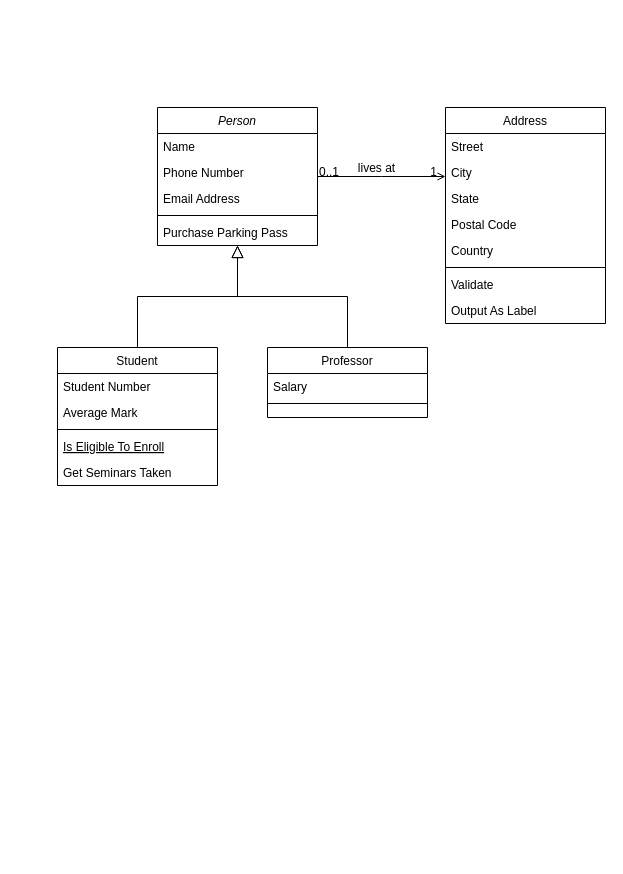
The draw.io diagram Untitled Diagram.drawio in fpiklerbr/academy-dbt, before the edit. Source tidied: cells renumbered, new cells numbered last; positions are measured from the earlier drawing's top-left corner, leaving out a move shared by most shapes. Both pictures are drawn from the tidied source at 100%, with x=0, y=0 at pixel (57, 107).
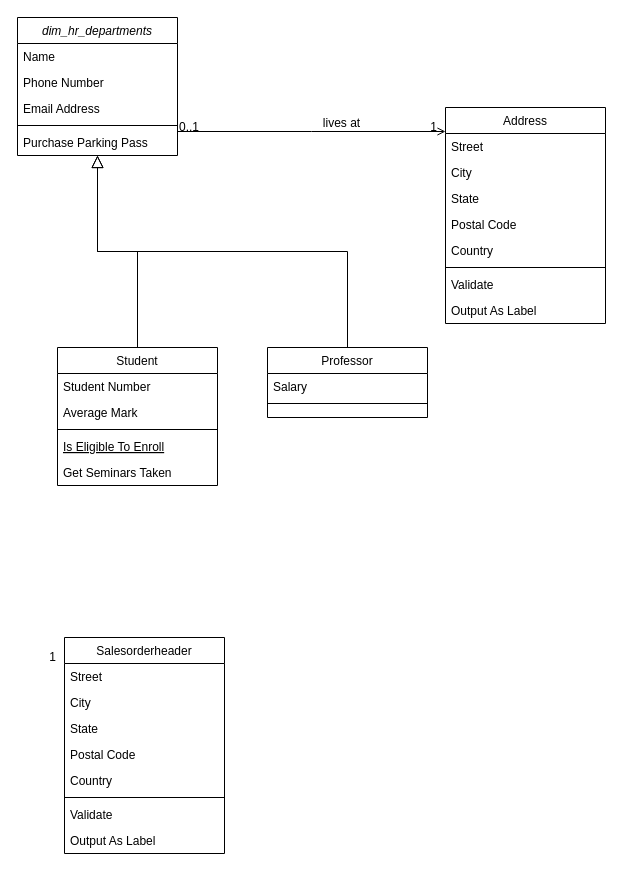
Above is the later version.

Diff of the diagram source:
```diff
@@
-    <mxCell id="2" value="Person" style="swimlane;fontStyle=2;align=center;verticalAlign=top;horizontal=1;startSize=26;rounded=0;shadow=0;strokeWidth=1;" parent="1" vertex="1">
-      <mxGeometry x="100" width="160" height="138" as="geometry" />
+    <mxCell id="2" value="dim_hr_departments" style="swimlane;fontStyle=2;align=center;verticalAlign=top;horizontal=1;startSize=26;rounded=0;shadow=0;strokeWidth=1;" parent="1" vertex="1">
+      <mxGeometry x="-40" y="-90" width="160" height="138" as="geometry" />
     </mxCell>
@@
+    <mxCell id="32" value="Salesorderheader" style="swimlane;fontStyle=0;align=center;verticalAlign=top;horizontal=1;startSize=26;rounded=0;shadow=0;strokeWidth=1;" parent="1" vertex="1">
+      <mxGeometry x="7" y="530" width="160" height="216" as="geometry" />
+    </mxCell>
+    <mxCell id="33" value="Street" style="text;align=left;verticalAlign=top;spacingLeft=4;spacingRight=4;overflow=hidden;" parent="32" vertex="1">
+      <mxGeometry y="26" width="160" height="26" as="geometry" />
+    </mxCell>
+    <mxCell id="34" value="City" style="text;align=left;verticalAlign=top;spacingLeft=4;spacingRight=4;overflow=hidden;rounded=0;shadow=0;html=0;" parent="32" vertex="1">
+      <mxGeometry y="52" width="160" height="26" as="geometry" />
+    </mxCell>
+    <mxCell id="35" value="State" style="text;align=left;verticalAlign=top;spacingLeft=4;spacingRight=4;overflow=hidden;rounded=0;shadow=0;html=0;" parent="32" vertex="1">
+      <mxGeometry y="78" width="160" height="26" as="geometry" />
+    </mxCell>
+    <mxCell id="36" value="Postal Code" style="text;align=left;verticalAlign=top;spacingLeft=4;spacingRight=4;overflow=hidden;rounded=0;shadow=0;html=0;" parent="32" vertex="1">
+      <mxGeometry y="104" width="160" height="26" as="geometry" />
+    </mxCell>
+    <mxCell id="37" value="Country" style="text;align=left;verticalAlign=top;spacingLeft=4;spacingRight=4;overflow=hidden;rounded=0;shadow=0;html=0;" parent="32" vertex="1">
+      <mxGeometry y="130" width="160" height="26" as="geometry" />
+    </mxCell>
+    <mxCell id="38" style="line;html=1;strokeWidth=1;align=left;verticalAlign=middle;spacingTop=-1;spacingLeft=3;spacingRight=3;labelPosition=right;" parent="32" vertex="1">
+      <mxGeometry y="156" width="160" height="8" as="geometry" />
+    </mxCell>
+    <mxCell id="39" value="Validate" style="text;align=left;verticalAlign=top;spacingLeft=4;spacingRight=4;overflow=hidden;" parent="32" vertex="1">
+      <mxGeometry y="164" width="160" height="26" as="geometry" />
+    </mxCell>
+    <mxCell id="40" value="Output As Label" style="text;align=left;verticalAlign=top;spacingLeft=4;spacingRight=4;overflow=hidden;" parent="32" vertex="1">
+      <mxGeometry y="190" width="160" height="26" as="geometry" />
+    </mxCell>
+    <mxCell id="41" value="1" style="align=right;verticalAlign=bottom;labelBackgroundColor=none;fontSize=12;" parent="1" vertex="1">
+      <mxGeometry y="558" as="geometry" />
+    </mxCell>
```
